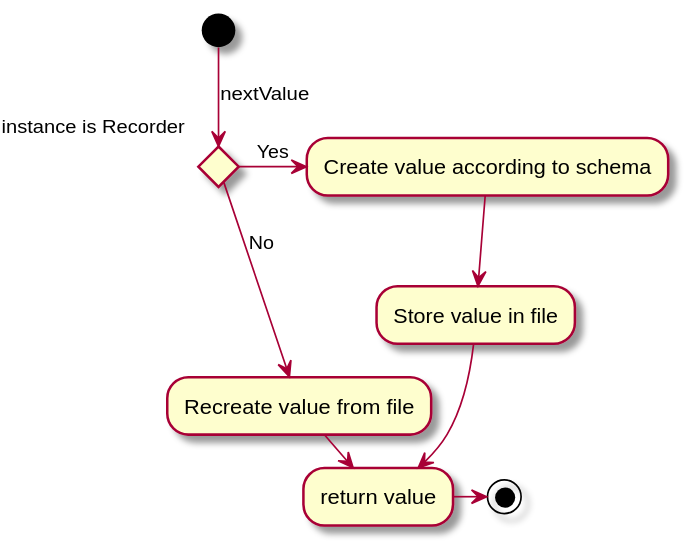
The PlantUML diagram thesis/images/extensions/generalGeneratorWorkflow.svg in ChristianNavolskyi/BachelorThesis, before a commit. Source of this version:
```plantuml
@startuml
(*)  --> [nextValue] if "instance is Recorder"
-> [Yes] "Create value according to schema"
--> "Store value in file"
--> "return value"
else
--> [No] "Recreate value from file"
-> "return value"
endif
->(*)
@enduml
```
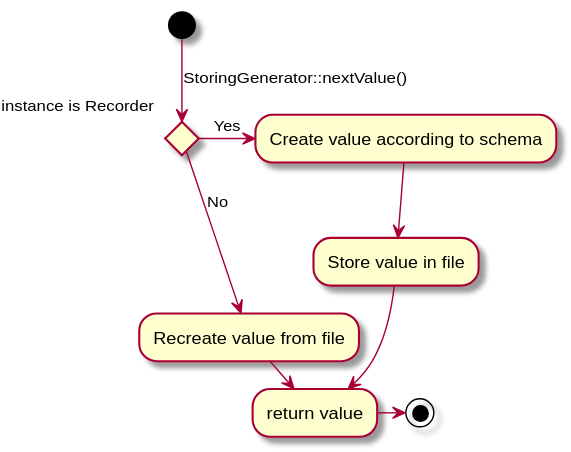
Later version of the same file.

Change to the diagram source:
```diff
@@ -1,5 +1,5 @@
 @startuml
-(*)  --> [nextValue] if "instance is Recorder"
+(*)  --> [StoringGenerator::nextValue()] if "instance is Recorder"
 -> [Yes] "Create value according to schema"
 --> "Store value in file"
 --> "return value"
```
